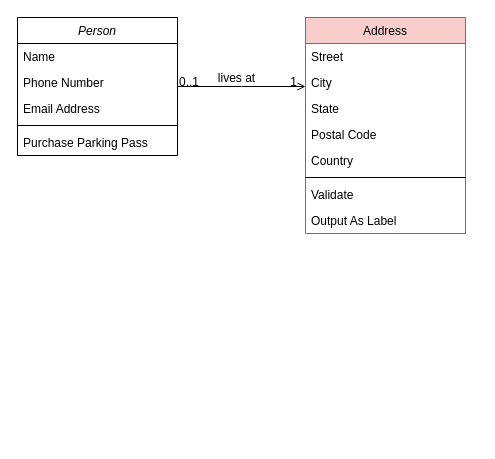
Above: Diagramme de classe.drawio in BorchaniMohamed/BI_PROJECT_PFE (draw.io), before the change. Source tidied: cells renumbered, new cells numbered last; positions are measured from the earlier drawing's top-left corner, leaving out a move shared by most shapes. Both pictures are drawn from the tidied source at 100%, with x=0, y=0 at pixel (17, 17).
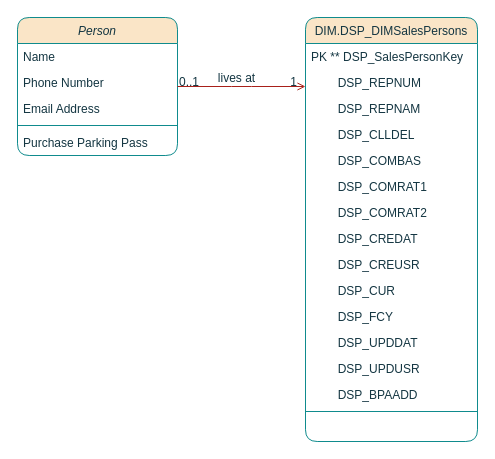
The same page after the edit.

Commit message (it also covers changes not shown here):
Mettre à jour Diagramme de classe.drawio

The edit, as a diff of the source:
```diff
@@
-    <mxCell id="2" value="Person" style="swimlane;fontStyle=2;align=center;verticalAlign=top;horizontal=1;startSize=26;rounded=0;shadow=0;strokeWidth=1;" parent="1" vertex="1">
+    <mxCell id="2" value="Person" style="swimlane;fontStyle=2;align=center;verticalAlign=top;horizontal=1;startSize=26;rounded=1;shadow=0;strokeWidth=1;labelBackgroundColor=none;fillColor=#FAE5C7;strokeColor=#0F8B8D;fontColor=#143642;" parent="1" vertex="1">
       <mxGeometry width="160" height="138" as="geometry" />
     </mxCell>
-    <mxCell id="3" value="Name" style="text;align=left;verticalAlign=top;spacingLeft=4;spacingRight=4;overflow=hidden;" parent="2" vertex="1">
+    <mxCell id="3" value="Name" style="text;align=left;verticalAlign=top;spacingLeft=4;spacingRight=4;overflow=hidden;labelBackgroundColor=none;fontColor=#143642;rounded=1;" parent="2" vertex="1">
       <mxGeometry y="26" width="160" height="26" as="geometry" />
     </mxCell>
-    <mxCell id="4" value="Phone Number" style="text;align=left;verticalAlign=top;spacingLeft=4;spacingRight=4;overflow=hidden;rounded=0;shadow=0;html=0;" parent="2" vertex="1">
+    <mxCell id="4" value="Phone Number" style="text;align=left;verticalAlign=top;spacingLeft=4;spacingRight=4;overflow=hidden;rounded=1;shadow=0;html=0;labelBackgroundColor=none;fontColor=#143642;" parent="2" vertex="1">
       <mxGeometry y="52" width="160" height="26" as="geometry" />
     </mxCell>
-    <mxCell id="5" value="Email Address" style="text;align=left;verticalAlign=top;spacingLeft=4;spacingRight=4;overflow=hidden;rounded=0;shadow=0;html=0;" parent="2" vertex="1">
+    <mxCell id="5" value="Email Address" style="text;align=left;verticalAlign=top;spacingLeft=4;spacingRight=4;overflow=hidden;rounded=1;shadow=0;html=0;labelBackgroundColor=none;fontColor=#143642;" parent="2" vertex="1">
       <mxGeometry y="78" width="160" height="26" as="geometry" />
     </mxCell>
-    <mxCell id="6" style="line;html=1;strokeWidth=1;align=left;verticalAlign=middle;spacingTop=-1;spacingLeft=3;spacingRight=3;labelPosition=right;" parent="2" vertex="1">
+    <mxCell id="6" style="line;html=1;strokeWidth=1;align=left;verticalAlign=middle;spacingTop=-1;spacingLeft=3;spacingRight=3;labelPosition=right;labelBackgroundColor=none;fillColor=#FAE5C7;strokeColor=#0F8B8D;fontColor=#143642;rounded=1;" parent="2" vertex="1">
       <mxGeometry y="104" width="160" height="8" as="geometry" />
     </mxCell>
-    <mxCell id="7" value="Purchase Parking Pass" style="text;align=left;verticalAlign=top;spacingLeft=4;spacingRight=4;overflow=hidden;" parent="2" vertex="1">
+    <mxCell id="7" value="Purchase Parking Pass" style="text;align=left;verticalAlign=top;spacingLeft=4;spacingRight=4;overflow=hidden;labelBackgroundColor=none;fontColor=#143642;rounded=1;" parent="2" vertex="1">
       <mxGeometry y="112" width="160" height="26" as="geometry" />
     </mxCell>
-    <mxCell id="8" value="Address" style="swimlane;fontStyle=0;align=center;verticalAlign=top;horizontal=1;startSize=26;rounded=0;shadow=0;strokeWidth=1;fillColor=#f8cecc;strokeColor=#b85450;" parent="1" vertex="1">
-      <mxGeometry x="288" width="160" height="216" as="geometry" />
+    <mxCell id="8" value="DIM.DSP_DIMSalesPersons" style="swimlane;fontStyle=0;align=center;verticalAlign=top;horizontal=1;startSize=26;rounded=1;shadow=0;strokeWidth=1;fillColor=#FAE5C7;strokeColor=#0F8B8D;labelBackgroundColor=none;fontColor=#143642;" parent="1" vertex="1">
+      <mxGeometry x="288" width="172" height="424" as="geometry" />
     </mxCell>
-    <mxCell id="9" value="Street" style="text;align=left;verticalAlign=top;spacingLeft=4;spacingRight=4;overflow=hidden;" parent="8" vertex="1">
-      <mxGeometry y="26" width="160" height="26" as="geometry" />
+    <mxCell id="9" value="PK ** DSP_SalesPersonKey" style="text;align=left;verticalAlign=top;spacingLeft=4;spacingRight=4;overflow=hidden;labelBackgroundColor=none;fontColor=#143642;rounded=1;" parent="8" vertex="1">
+      <mxGeometry y="26" width="172" height="26" as="geometry" />
     </mxCell>
+    <mxCell id="21" value="        DSP_REPNUM " style="text;align=left;verticalAlign=top;spacingLeft=4;spacingRight=4;overflow=hidden;labelBackgroundColor=none;fontColor=#143642;rounded=1;" parent="8" vertex="1">
+      <mxGeometry y="52" width="172" height="26" as="geometry" />
+    </mxCell>
+    <mxCell id="22" value="        DSP_REPNAM" style="text;align=left;verticalAlign=top;spacingLeft=4;spacingRight=4;overflow=hidden;labelBackgroundColor=none;fontColor=#143642;rounded=1;" parent="8" vertex="1">
+      <mxGeometry y="78" width="172" height="26" as="geometry" />
+    </mxCell>
-    <mxCell id="10" value="City" style="text;align=left;verticalAlign=top;spacingLeft=4;spacingRight=4;overflow=hidden;rounded=0;shadow=0;html=0;" parent="8" vertex="1">
-      <mxGeometry y="52" width="160" height="26" as="geometry" />
+    <mxCell id="10" value="        DSP_CLLDEL " style="text;align=left;verticalAlign=top;spacingLeft=4;spacingRight=4;overflow=hidden;rounded=1;shadow=0;html=0;labelBackgroundColor=none;fontColor=#143642;" parent="8" vertex="1">
+      <mxGeometry y="104" width="172" height="26" as="geometry" />
     </mxCell>
-    <mxCell id="11" value="State" style="text;align=left;verticalAlign=top;spacingLeft=4;spacingRight=4;overflow=hidden;rounded=0;shadow=0;html=0;" parent="8" vertex="1">
-      <mxGeometry y="78" width="160" height="26" as="geometry" />
+    <mxCell id="11" value="        DSP_COMBAS " style="text;align=left;verticalAlign=top;spacingLeft=4;spacingRight=4;overflow=hidden;rounded=1;shadow=0;html=0;labelBackgroundColor=none;fontColor=#143642;" parent="8" vertex="1">
+      <mxGeometry y="130" width="172" height="26" as="geometry" />
     </mxCell>
-    <mxCell id="12" value="Postal Code" style="text;align=left;verticalAlign=top;spacingLeft=4;spacingRight=4;overflow=hidden;rounded=0;shadow=0;html=0;" parent="8" vertex="1">
-      <mxGeometry y="104" width="160" height="26" as="geometry" />
+    <mxCell id="12" value="        DSP_COMRAT1 " style="text;align=left;verticalAlign=top;spacingLeft=4;spacingRight=4;overflow=hidden;rounded=1;shadow=0;html=0;labelBackgroundColor=none;fontColor=#143642;" parent="8" vertex="1">
+      <mxGeometry y="156" width="172" height="26" as="geometry" />
     </mxCell>
-    <mxCell id="13" value="Country" style="text;align=left;verticalAlign=top;spacingLeft=4;spacingRight=4;overflow=hidden;rounded=0;shadow=0;html=0;" parent="8" vertex="1">
-      <mxGeometry y="130" width="160" height="26" as="geometry" />
+    <mxCell id="13" value="        DSP_COMRAT2 " style="text;align=left;verticalAlign=top;spacingLeft=4;spacingRight=4;overflow=hidden;rounded=1;shadow=0;html=0;labelBackgroundColor=none;fontColor=#143642;" parent="8" vertex="1">
+      <mxGeometry y="182" width="172" height="26" as="geometry" />
     </mxCell>
-    <mxCell id="14" style="line;html=1;strokeWidth=1;align=left;verticalAlign=middle;spacingTop=-1;spacingLeft=3;spacingRight=3;labelPosition=right;" parent="8" vertex="1">
-      <mxGeometry y="156" width="160" height="8" as="geometry" />
-    </mxCell>
-    <mxCell id="15" value="Validate" style="text;align=left;verticalAlign=top;spacingLeft=4;spacingRight=4;overflow=hidden;" parent="8" vertex="1">
-      <mxGeometry y="164" width="160" height="26" as="geometry" />
+    <mxCell id="15" value="        DSP_CREDAT " style="text;align=left;verticalAlign=top;spacingLeft=4;spacingRight=4;overflow=hidden;labelBackgroundColor=none;fontColor=#143642;rounded=1;" parent="8" vertex="1">
+      <mxGeometry y="208" width="172" height="26" as="geometry" />
     </mxCell>
-    <mxCell id="16" value="Output As Label" style="text;align=left;verticalAlign=top;spacingLeft=4;spacingRight=4;overflow=hidden;" parent="8" vertex="1">
-      <mxGeometry y="190" width="160" height="26" as="geometry" />
+    <mxCell id="16" value="        DSP_CREUSR " style="text;align=left;verticalAlign=top;spacingLeft=4;spacingRight=4;overflow=hidden;labelBackgroundColor=none;fontColor=#143642;rounded=1;" parent="8" vertex="1">
+      <mxGeometry y="234" width="172" height="26" as="geometry" />
     </mxCell>
+    <mxCell id="23" value="        DSP_CUR " style="text;align=left;verticalAlign=top;spacingLeft=4;spacingRight=4;overflow=hidden;rounded=1;shadow=0;html=0;labelBackgroundColor=none;fontColor=#143642;" parent="8" vertex="1">
+      <mxGeometry y="260" width="172" height="26" as="geometry" />
+    </mxCell>
+    <mxCell id="24" value="        DSP_FCY" style="text;align=left;verticalAlign=top;spacingLeft=4;spacingRight=4;overflow=hidden;rounded=1;shadow=0;html=0;labelBackgroundColor=none;fontColor=#143642;" parent="8" vertex="1">
+      <mxGeometry y="286" width="172" height="26" as="geometry" />
+    </mxCell>
+    <mxCell id="25" value="        DSP_UPDDAT " style="text;align=left;verticalAlign=top;spacingLeft=4;spacingRight=4;overflow=hidden;rounded=1;shadow=0;html=0;labelBackgroundColor=none;fontColor=#143642;" parent="8" vertex="1">
+      <mxGeometry y="312" width="172" height="26" as="geometry" />
+    </mxCell>
+    <mxCell id="26" value="        DSP_UPDUSR" style="text;align=left;verticalAlign=top;spacingLeft=4;spacingRight=4;overflow=hidden;rounded=1;shadow=0;html=0;labelBackgroundColor=none;fontColor=#143642;" parent="8" vertex="1">
+      <mxGeometry y="338" width="172" height="26" as="geometry" />
+    </mxCell>
+    <mxCell id="27" value="        DSP_BPAADD" style="text;align=left;verticalAlign=top;spacingLeft=4;spacingRight=4;overflow=hidden;rounded=1;shadow=0;html=0;labelBackgroundColor=none;fontColor=#143642;" parent="8" vertex="1">
+      <mxGeometry y="364" width="172" height="26" as="geometry" />
+    </mxCell>
+    <mxCell id="14" style="line;html=1;strokeWidth=1;align=left;verticalAlign=middle;spacingTop=-1;spacingLeft=3;spacingRight=3;labelPosition=right;labelBackgroundColor=none;fillColor=#FAE5C7;strokeColor=#0F8B8D;fontColor=#143642;rounded=1;" parent="8" vertex="1">
+      <mxGeometry y="390" width="172" height="8" as="geometry" />
+    </mxCell>
-    <mxCell id="17" style="endArrow=open;shadow=0;strokeWidth=1;rounded=0;endFill=1;edgeStyle=elbowEdgeStyle;elbow=vertical;" parent="1" edge="1" source="2" target="8">
+    <mxCell id="17" style="endArrow=open;shadow=0;strokeWidth=1;rounded=1;endFill=1;edgeStyle=elbowEdgeStyle;elbow=vertical;labelBackgroundColor=none;strokeColor=#A8201A;fontColor=default;" parent="1" edge="1" source="2" target="8">
       <mxGeometry x="0.5" y="41" relative="1" as="geometry">
         <mxPoint x="-40" y="32" as="offset" />
       </mxGeometry>
     </mxCell>
-    <mxCell id="18" value="0..1" style="align=left;verticalAlign=bottom;labelBackgroundColor=none;fontSize=12;" parent="17" vertex="1">
+    <mxCell id="18" value="0..1" style="align=left;verticalAlign=bottom;labelBackgroundColor=none;fontSize=12;fillColor=#FAE5C7;strokeColor=#0F8B8D;fontColor=#143642;rounded=1;" parent="17" vertex="1">
       <mxGeometry x="-1" relative="1" as="geometry">
         <mxPoint y="4" as="offset" />
       </mxGeometry>
     </mxCell>
-    <mxCell id="19" value="1" style="align=right;verticalAlign=bottom;labelBackgroundColor=none;fontSize=12;" parent="17" vertex="1">
+    <mxCell id="19" value="1" style="align=right;verticalAlign=bottom;labelBackgroundColor=none;fontSize=12;fillColor=#FAE5C7;strokeColor=#0F8B8D;fontColor=#143642;rounded=1;" parent="17" vertex="1">
       <mxGeometry x="1" relative="1" as="geometry">
         <mxPoint x="-7" y="4" as="offset" />
       </mxGeometry>
     </mxCell>
-    <mxCell id="20" value="lives at" style="text;html=1;align=center;verticalAlign=middle;labelBackgroundColor=none;rounded=0;shadow=0;strokeWidth=1;fontSize=12;" parent="17" vertex="1">
+    <mxCell id="20" value="lives at" style="text;html=1;align=center;verticalAlign=middle;labelBackgroundColor=none;rounded=1;shadow=0;strokeWidth=1;fontSize=12;fontColor=#143642;" parent="17" vertex="1">
       <mxGeometry x="0.5" y="49" relative="1" as="geometry">
         <mxPoint x="-38" y="40" as="offset" />
       </mxGeometry>
     </mxCell>
```
